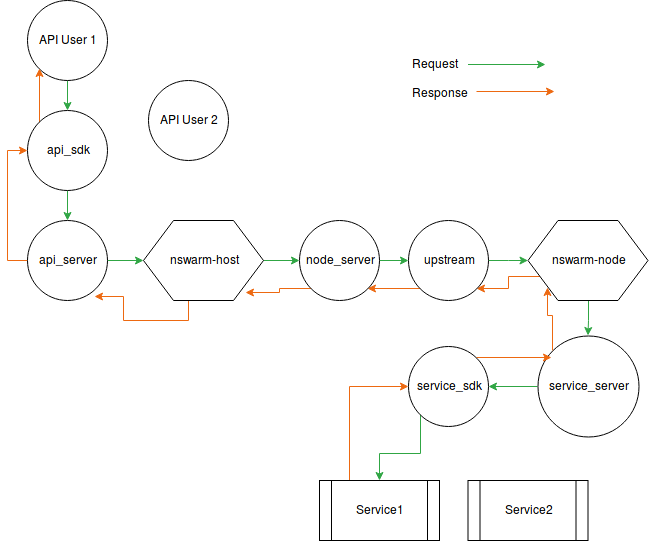
kevr/nswarm keeps this draw.io diagram as doc/networking_components.png. Above is the earlier version. Source tidied: cells renumbered, new cells last; positions are measured from the earlier drawing's top-left corner, leaving out a move shared by most shapes.
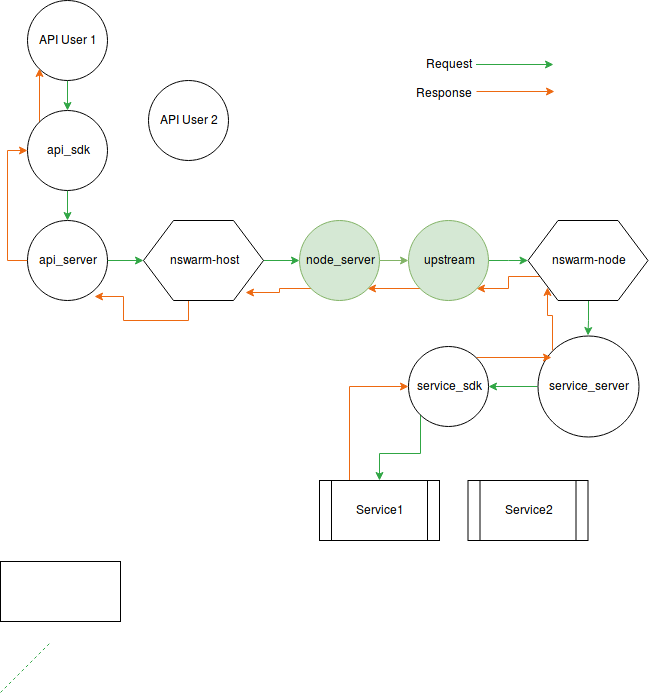
Later version of the same file.

Commit message:
update diagram; green filled shapes are done

What changed in the source:
```diff
@@ -23,19 +23,19 @@
     <mxCell id="8" style="edgeStyle=orthogonalEdgeStyle;rounded=0;jettySize=auto;html=1;exitX=1;exitY=0.5;exitDx=0;exitDy=0;strokeColor=#30A644;" parent="1" edge="1" source="10" target="7">
       <mxGeometry relative="1" as="geometry" />
     </mxCell>
-    <mxCell id="9" style="edgeStyle=orthogonalEdgeStyle;rounded=0;jettySize=auto;html=1;exitX=0;exitY=1;exitDx=0;exitDy=0;entryX=1;entryY=1;entryDx=0;entryDy=0;strokeColor=#ED6911;" parent="1" edge="1" source="10" target="13">
+    <mxCell id="9" style="edgeStyle=orthogonalEdgeStyle;rounded=0;jettySize=auto;html=1;exitX=0;exitY=1;exitDx=0;exitDy=0;entryX=1;entryY=1;entryDx=0;entryDy=0;strokeColor=#ED6911;fillColor=#d5e8d4;" parent="1" edge="1" source="10" target="13">
       <mxGeometry relative="1" as="geometry" />
     </mxCell>
-    <mxCell id="10" value="&lt;div&gt;upstream&lt;/div&gt;" style="ellipse;whiteSpace=wrap;html=1;" parent="1" vertex="1">
+    <mxCell id="10" value="&lt;div&gt;upstream&lt;/div&gt;" style="ellipse;whiteSpace=wrap;html=1;fillColor=#d5e8d4;strokeColor=#82b366;" parent="1" vertex="1">
       <mxGeometry x="381" y="220" width="80" height="80" as="geometry" />
     </mxCell>
-    <mxCell id="11" style="edgeStyle=orthogonalEdgeStyle;rounded=0;jettySize=auto;html=1;exitX=1;exitY=0.5;exitDx=0;exitDy=0;entryX=0;entryY=0.5;entryDx=0;entryDy=0;strokeColor=#30A644;" parent="1" edge="1" source="13" target="10">
+    <mxCell id="11" style="edgeStyle=orthogonalEdgeStyle;rounded=0;jettySize=auto;html=1;exitX=1;exitY=0.5;exitDx=0;exitDy=0;entryX=0;entryY=0.5;entryDx=0;entryDy=0;strokeColor=#82b366;fillColor=#d5e8d4;" parent="1" edge="1" source="13" target="10">
       <mxGeometry relative="1" as="geometry" />
     </mxCell>
     <mxCell id="12" style="edgeStyle=orthogonalEdgeStyle;rounded=0;jettySize=auto;html=1;exitX=0;exitY=1;exitDx=0;exitDy=0;entryX=0.85;entryY=0.9;entryDx=0;entryDy=0;entryPerimeter=0;strokeColor=#ED6911;" parent="1" edge="1" source="13" target="4">
       <mxGeometry relative="1" as="geometry" />
     </mxCell>
-    <mxCell id="13" value="node_server" style="ellipse;whiteSpace=wrap;html=1;" parent="1" vertex="1">
+    <mxCell id="13" value="node_server" style="ellipse;whiteSpace=wrap;html=1;fillColor=#d5e8d4;strokeColor=#82b366;" parent="1" vertex="1">
       <mxGeometry x="272" y="220" width="80" height="80" as="geometry" />
     </mxCell>
     <mxCell id="14" style="edgeStyle=orthogonalEdgeStyle;rounded=0;jettySize=auto;html=1;exitX=1;exitY=0.5;exitDx=0;exitDy=0;entryX=0;entryY=0.5;entryDx=0;entryDy=0;strokeColor=#30A644;" parent="1" edge="1" source="16" target="4">
@@ -100,14 +100,23 @@
         <mxPoint x="527" y="91" as="targetPoint" />
       </mxGeometry>
     </mxCell>
-    <mxCell id="33" value="&lt;div&gt;Request&lt;/div&gt;&lt;div&gt;&lt;br&gt;&lt;/div&gt;&lt;div&gt;Response&lt;br&gt;&lt;/div&gt;" style="text;html=1;align=left;verticalAlign=top;spacingTop=-4;" parent="1" vertex="1">
-      <mxGeometry x="383" y="55" width="66" height="42" as="geometry" />
+    <mxCell id="33" value="&lt;div align=&quot;right&quot;&gt;Request&lt;/div&gt;&lt;div align=&quot;right&quot;&gt;&lt;br&gt;&lt;/div&gt;&lt;div align=&quot;right&quot;&gt;Response&lt;br&gt;&lt;/div&gt;" style="text;html=1;align=right;verticalAlign=top;spacingTop=-4;" parent="1" vertex="1">
+      <mxGeometry x="381" y="55" width="66" height="42" as="geometry" />
     </mxCell>
     <mxCell id="34" style="endArrow=classic;html=1;strokeColor=#30A644;fillColor=#FF7112;" parent="1" edge="1">
       <mxGeometry relative="1" as="geometry">
-        <mxPoint x="440.5" y="64" as="sourcePoint" />
-        <mxPoint x="518" y="64" as="targetPoint" />
+        <mxPoint x="448.5" y="64" as="sourcePoint" />
+        <mxPoint x="526" y="64" as="targetPoint" />
       </mxGeometry>
     </mxCell>
+    <mxCell id="35" style="rounded=0;whiteSpace=wrap;html=1;" parent="1" vertex="1">
+      <mxGeometry x="-27" y="561" width="120" height="60" as="geometry" />
+    </mxCell>
+    <mxCell id="36" style="endArrow=none;dashed=1;html=1;strokeColor=#30A644;fillColor=#FF7112;" parent="1" edge="1">
+      <mxGeometry relative="1" as="geometry">
+        <mxPoint x="-27" y="692" as="sourcePoint" />
+        <mxPoint x="23" y="642" as="targetPoint" />
+      </mxGeometry>
+    </mxCell>
   </root>
 </mxGraphModel>
```
